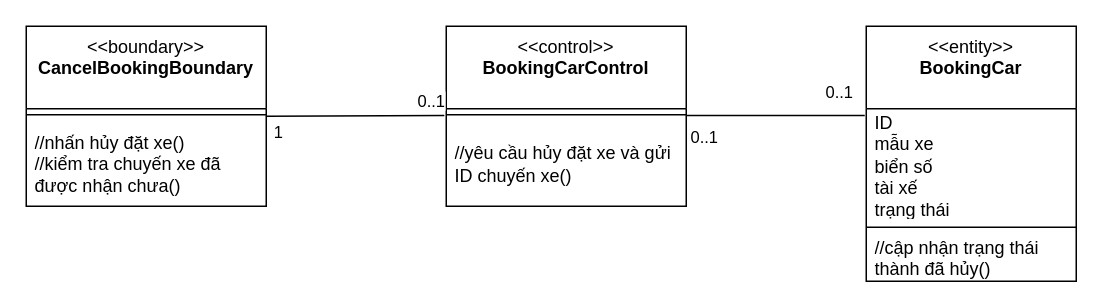
tqlong-courses/a0-tutorial-anson66 keeps this draw.io diagram as 2.3.3.drawio. Above is the earlier version. Source tidied: cells renumbered, new cells numbered last; positions are measured from the earlier drawing's top-left corner, leaving out a move shared by most shapes. Both pictures are drawn from the tidied source at 150%, with x=0, y=0 at pixel (26, 26).
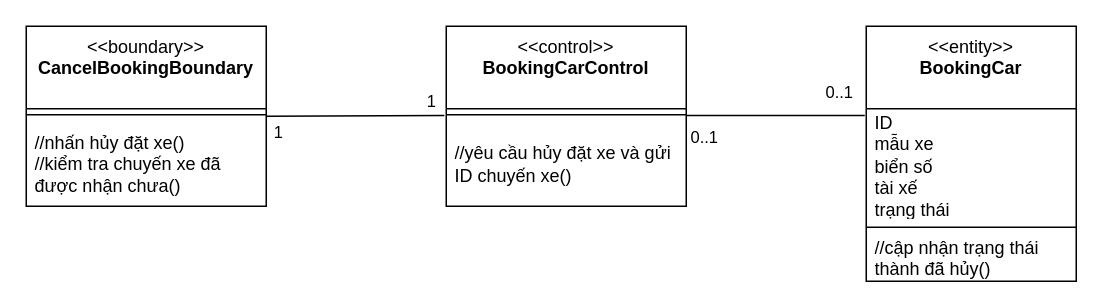
The same page after the edit.

Commit message (it also covers changes not shown here):
Cập nhật 2.3.3.drawio

Unchanged cells that the change refers to:
```xml
<mxCell id="12" style="endArrow=none;html=1;rounded=0;exitX=1;exitY=0.5;exitDx=0;exitDy=0;entryX=-0.008;entryY=-0.06;entryDx=0;entryDy=0;entryPerimeter=0;" parent="1" edge="1" source="2" target="7">
  <mxGeometry relative="1" as="geometry" />
</mxCell>
```

Change to the diagram source:
```diff
@@
-    <mxCell id="13" value="0..1" style="edgeLabel;html=1;align=center;verticalAlign=middle;" parent="12" vertex="1">
+    <mxCell id="13" value="1" style="edgeLabel;html=1;align=center;verticalAlign=middle;" parent="12" vertex="1">
       <mxGeometry x="-0.04" y="3" relative="1" as="geometry">
         <mxPoint x="53" y="-7" as="offset" />
       </mxGeometry>
     </mxCell>
```
